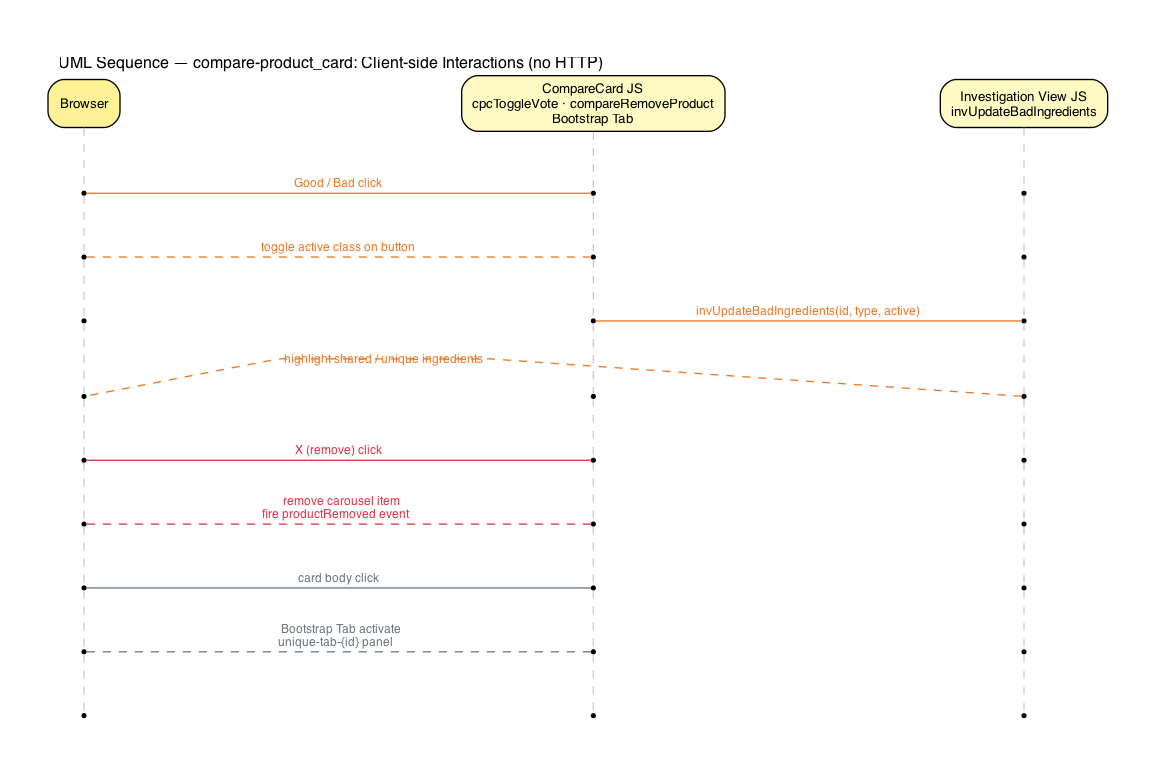
This is docs/flow_compare_card.png from CFF4HA/Dashboard, a Graphviz export, as it was before one commit. Its source is kept beside it as docs/flow_compare_card.dot.
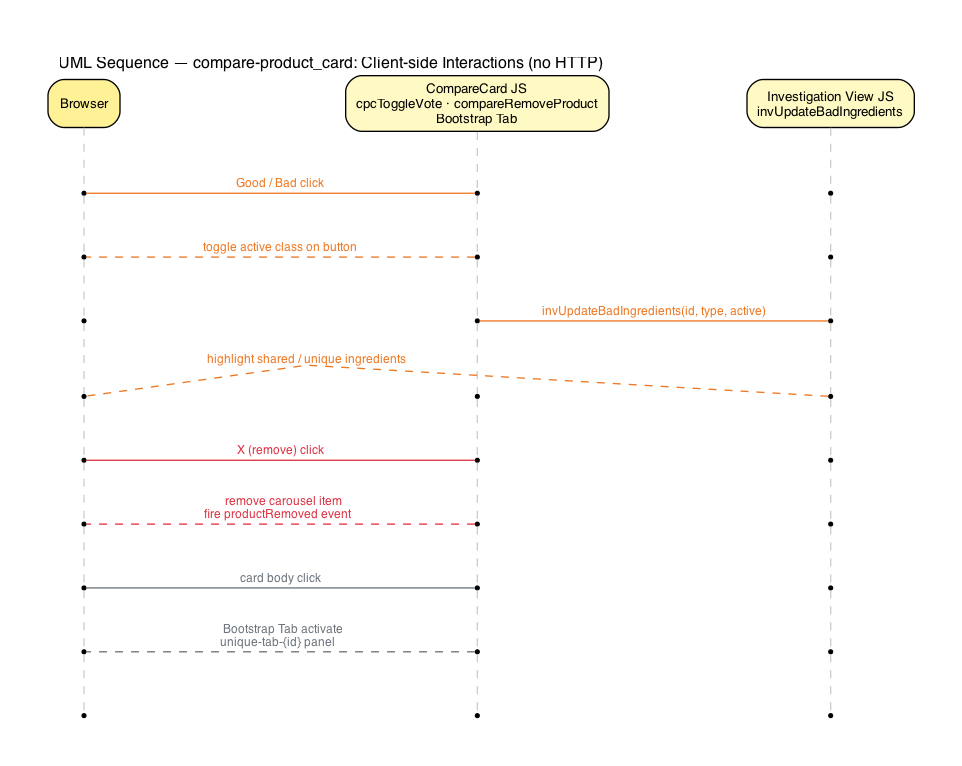
After the change.

Change to the diagram source:
```diff
@@ -4,8 +4,8 @@
     label="UML Sequence — compare-product_card: Client-side Interactions (no HTTP)",
     labelloc=t, labeljust=l,
     fontname="Helvetica", fontsize=12,
-    nodesep=2.0, ranksep=0.6,
-    splines=polyline, pad=0.5
+    nodesep=1.2, ranksep=0.6,
+    splines=line, pad=0.5
   ]
   node [fontname="Helvetica", fontsize=10, height=0.5]
   edge [fontname="Helvetica", fontsize=9, arrowsize=0.75]
@@ -34,14 +34,14 @@
   { rank=same; b8; j8; v8 }
 
   edge [constraint=false, fontsize=9]
-  b0 -> j0 [label="  Good / Bad click  ",                        style=solid,  color="#EE7722", fontcolor="#EE7722"]
-  j1 -> b1 [label="  toggle active class on button  ",           style=dashed, color="#EE7722", fontcolor="#EE7722"]
-  j2 -> v2 [label="  invUpdateBadIngredients(id, type, active)  ", style=solid, color="#EE7722", fontcolor="#EE7722"]
-  v3 -> b3 [label="  highlight shared / unique ingredients  ",   style=dashed, color="#EE7722", fontcolor="#EE7722"]
+  b0 -> j0 [label="  Good / Bad click  \n",                        style=solid,  color="#EE7722", fontcolor="#EE7722"]
+  j1 -> b1 [label="  toggle active class on button  \n",           style=dashed, color="#EE7722", fontcolor="#EE7722"]
+  j2 -> v2 [label="  invUpdateBadIngredients(id, type, active)  \n", style=solid, color="#EE7722", fontcolor="#EE7722"]
+  v3 -> b3 [label="  highlight shared / unique ingredients  \n",   style=dashed, color="#EE7722", fontcolor="#EE7722"]
 
-  b4 -> j4 [label="  X (remove) click  ",                        style=solid,  color="#dc3545", fontcolor="#dc3545"]
-  j5 -> b5 [label="  remove carousel item\nfire productRemoved event  ", style=dashed, color="#dc3545", fontcolor="#dc3545"]
+  b4 -> j4 [label="  X (remove) click  \n",                        style=solid,  color="#dc3545", fontcolor="#dc3545"]
+  j5 -> b5 [label="  remove carousel item\nfire productRemoved event  \n", style=dashed, color="#dc3545", fontcolor="#dc3545"]
 
-  b6 -> j6 [label="  card body click  ",                         style=solid,  color="#6c757d", fontcolor="#6c757d"]
-  j7 -> b7 [label="  Bootstrap Tab activate\nunique-tab-{id} panel  ", style=dashed, color="#6c757d", fontcolor="#6c757d"]
+  b6 -> j6 [label="  card body click  \n",                         style=solid,  color="#6c757d", fontcolor="#6c757d"]
+  j7 -> b7 [label="  Bootstrap Tab activate\nunique-tab-{id} panel  \n", style=dashed, color="#6c757d", fontcolor="#6c757d"]
 }
```
